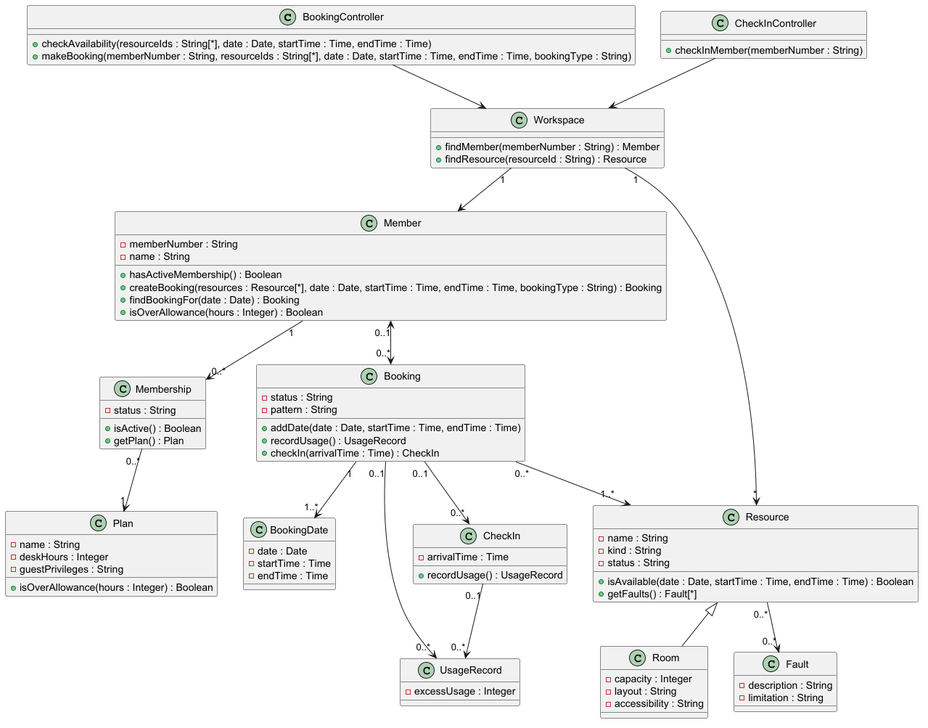
The PlantUML diagram ca2-design/diagrams/class-diagram.png in SwoopCodes/Object-Oriented-Analysis, before a commit. Its diagram source:
```plantuml
@startuml



class BookingController {
  + checkAvailability(resourceIds : String[*], date : Date, startTime : Time, endTime : Time)
  + makeBooking(memberNumber : String, resourceIds : String[*], date : Date, startTime : Time, endTime : Time, bookingType : String)
}

class CheckInController {
  + checkInMember(memberNumber : String)
}

class Workspace {
  + findMember(memberNumber : String) : Member
  + findResource(resourceId : String) : Resource
}

class Member {
  - memberNumber : String
  - name : String
  + hasActiveMembership() : Boolean
  + createBooking(resources : Resource[*], date : Date, startTime : Time, endTime : Time, bookingType : String) : Booking
  + findBookingFor(date : Date) : Booking
  + isOverAllowance(hours : Integer) : Boolean
}

class Membership {
  - status : String
  + isActive() : Boolean
  + getPlan() : Plan
}

class Plan {
  - name : String
  - deskHours : Integer
  - guestPrivileges : String
  + isOverAllowance(hours : Integer) : Boolean
}

class Booking {
  - status : String
  - pattern : String
  + addDate(date : Date, startTime : Time, endTime : Time)
  + recordUsage() : UsageRecord
  + checkIn(arrivalTime : Time) : CheckIn
}

class BookingDate {
  - date : Date
  - startTime : Time
  - endTime : Time
}

class Resource {
  - name : String
  - kind : String
  - status : String
  + isAvailable(date : Date, startTime : Time, endTime : Time) : Boolean
  + getFaults() : Fault[*]
}

class Room {
  - capacity : Integer
  - layout : String
  - accessibility : String
}

class Fault {
  - description : String
  - limitation : String
}

class CheckIn {
  - arrivalTime : Time
  + recordUsage() : UsageRecord
}

class UsageRecord {
  - excessUsage : Integer
}

BookingController --> Workspace
CheckInController --> Workspace
Workspace "1" --> Member
Workspace "1" --> "*" Resource
Member "1" --> "0..*" Membership
Membership "0..*" --> "1" Plan
Member "0..1" <--> "0..*" Booking
Booking "1" --> "1..*" BookingDate
Booking "0..*" --> "1..*" Resource
Booking "0..1" --> "0..*" CheckIn
Booking "0..1" --> "0..*" UsageRecord
CheckIn "0..1" --> "0..*" UsageRecord
Resource "0..*" --> "0..*" Fault

Resource <|-- Room
@enduml
```
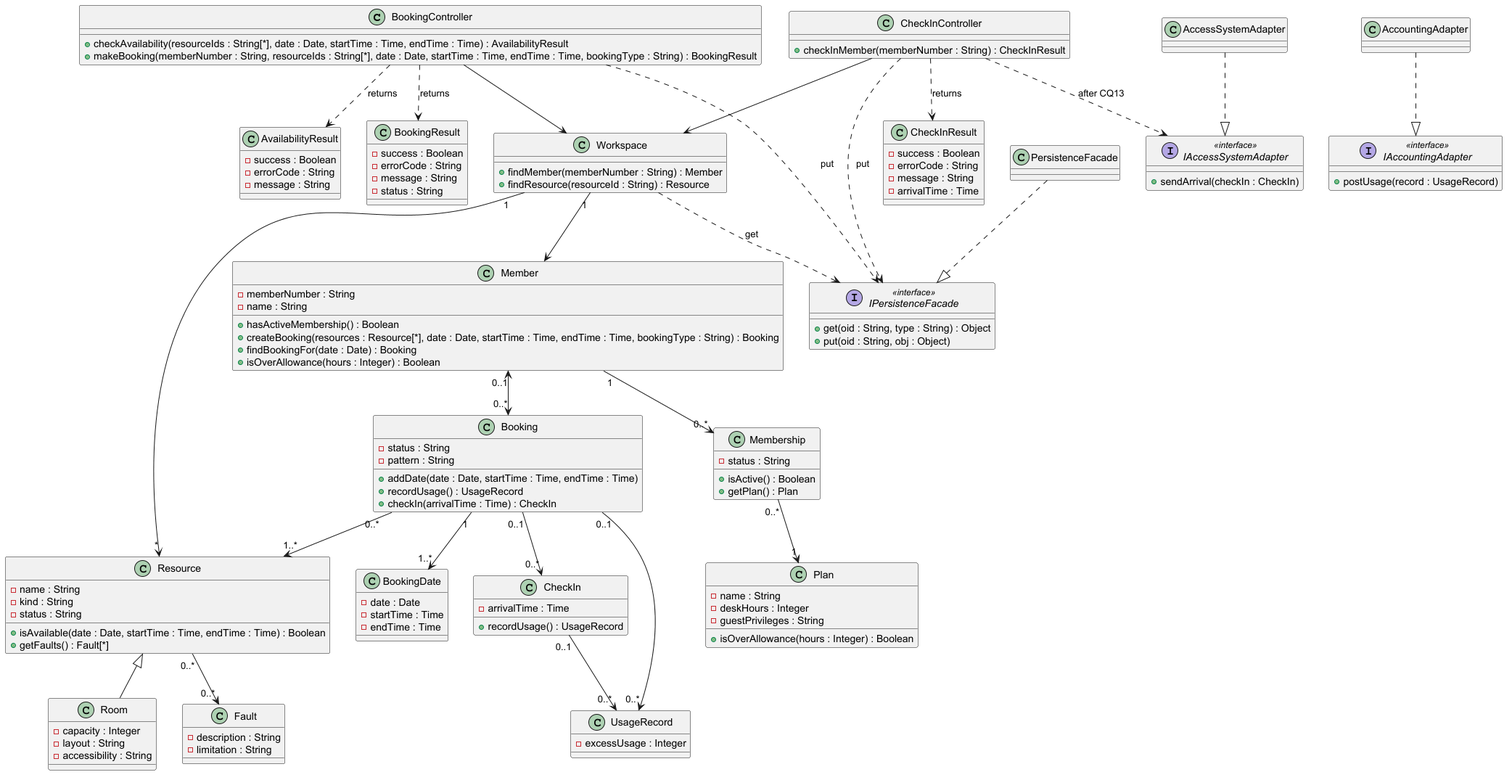
The same file after the commit.

Commit message:
Updated class diagram puml and png

The edit, as a diff of the source:
```diff
@@ -1,14 +1,12 @@
 @startuml
 
-
-
 class BookingController {
-  + checkAvailability(resourceIds : String[*], date : Date, startTime : Time, endTime : Time)
-  + makeBooking(memberNumber : String, resourceIds : String[*], date : Date, startTime : Time, endTime : Time, bookingType : String)
+  + checkAvailability(resourceIds : String[*], date : Date, startTime : Time, endTime : Time) : AvailabilityResult
+  + makeBooking(memberNumber : String, resourceIds : String[*], date : Date, startTime : Time, endTime : Time, bookingType : String) : BookingResult
 }
 
 class CheckInController {
-  + checkInMember(memberNumber : String)
+  + checkInMember(memberNumber : String) : CheckInResult
 }
 
 class Workspace {
@@ -95,4 +93,55 @@
 Resource "0..*" --> "0..*" Fault
 
 Resource <|-- Room
+
+class AvailabilityResult {
+  - success : Boolean
+  - errorCode : String
+  - message : String
+}
+
+class BookingResult {
+  - success : Boolean
+  - errorCode : String
+  - message : String
+  - status : String
+}
+
+class CheckInResult {
+  - success : Boolean
+  - errorCode : String
+  - message : String
+  - arrivalTime : Time
+}
+
+interface IPersistenceFacade <<interface>> {
+  + get(oid : String, type : String) : Object
+  + put(oid : String, obj : Object)
+}
+
+interface IAccessSystemAdapter <<interface>> {
+  + sendArrival(checkIn : CheckIn)
+}
+
+interface IAccountingAdapter <<interface>> {
+  + postUsage(record : UsageRecord)
+}
+
+class PersistenceFacade
+class AccessSystemAdapter
+class AccountingAdapter
+
+PersistenceFacade ..|> IPersistenceFacade
+AccessSystemAdapter ..|> IAccessSystemAdapter
+AccountingAdapter ..|> IAccountingAdapter
+
+BookingController ..> AvailabilityResult : returns
+BookingController ..> BookingResult : returns
+CheckInController ..> CheckInResult : returns
+
+Workspace ..> IPersistenceFacade : get
+BookingController ..> IPersistenceFacade : put
+CheckInController ..> IPersistenceFacade : put
+CheckInController ..> IAccessSystemAdapter : after CQ13
+
 @enduml
```
